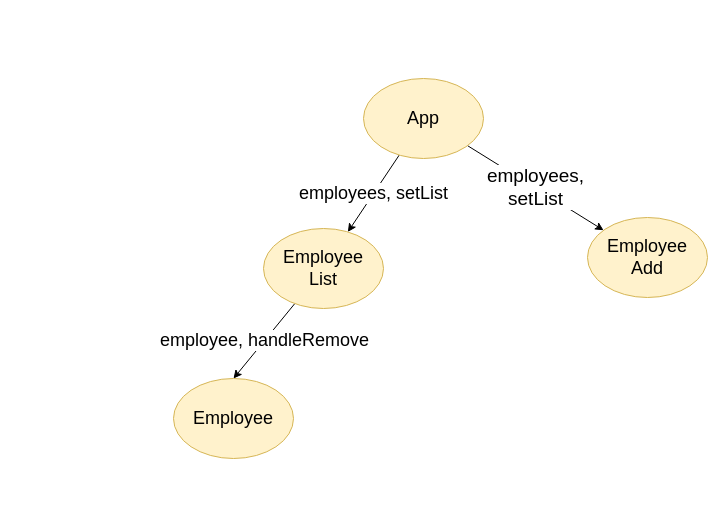
Above: page "AppGraph" (2 of 2) of Drawing.drawio in zcomert/java-mysql-react-full-stack-employee-spa (draw.io), before the change. Source tidied: cells renumbered, new cells numbered last; positions are measured from the earlier drawing's top-left corner, leaving out a move shared by most shapes. Both pictures are drawn from the tidied source at 100%, with x=0, y=0 at pixel (173, 78).
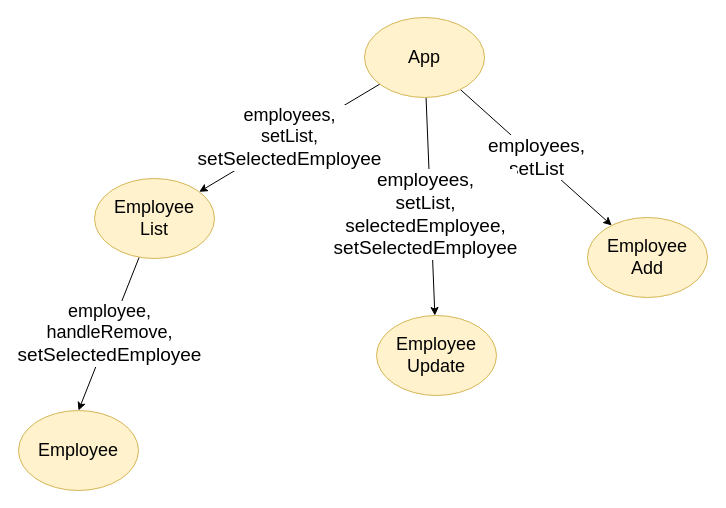
Above is the later version.

The edit, as a diff of the source:
```diff
@@
 <mxGraphModel>
   <root>
     <mxCell id="0" />
     <mxCell id="1" parent="0" />
-    <mxCell id="2" value="employees, setList" style="rounded=0;jettySize=auto;html=1;fontSize=18;" parent="1" edge="1" source="4" target="6">
+    <mxCell id="2" value="employees, &lt;br&gt;setList,&lt;br&gt;&lt;span style=&quot;font-size: 19px&quot;&gt;setSelectedEmployee&lt;/span&gt;" style="rounded=0;jettySize=auto;html=1;fontSize=18;" parent="1" edge="1" source="4" target="6">
       <mxGeometry relative="1" as="geometry" />
     </mxCell>
     <mxCell id="3" value="employees,&lt;br&gt;setList" style="edgeStyle=none;rounded=0;jettySize=auto;html=1;strokeWidth=1;fontSize=19;" parent="1" edge="1" source="4" target="8">
       <mxGeometry relative="1" as="geometry" />
     </mxCell>
+    <mxCell id="9" value="employees, &lt;br&gt;setList, &lt;br&gt;selectedEmployee,&lt;br&gt;setSelectedEmployee" style="edgeStyle=none;rounded=0;jettySize=auto;html=1;strokeWidth=1;fontSize=19;" parent="1" edge="1" source="4" target="10">
+      <mxGeometry x="0.07" y="-5" relative="1" as="geometry" />
+    </mxCell>
     <mxCell id="4" value="App" style="ellipse;whiteSpace=wrap;html=1;fontSize=18;fillColor=#fff2cc;strokeColor=#d6b656;" parent="1" vertex="1">
-      <mxGeometry x="190" width="120" height="80" as="geometry" />
+      <mxGeometry x="191" y="-61" width="120" height="80" as="geometry" />
     </mxCell>
-    <mxCell id="5" value="employee, handleRemove" style="edgeStyle=none;rounded=0;jettySize=auto;html=1;entryX=0.5;entryY=0;entryDx=0;entryDy=0;fontSize=18;" parent="1" edge="1" source="6" target="7">
+    <mxCell id="5" value="employee, &lt;br&gt;handleRemove,&lt;br&gt;&lt;span style=&quot;font-size: 19px&quot;&gt;setSelectedEmployee&lt;/span&gt;" style="edgeStyle=none;rounded=0;jettySize=auto;html=1;entryX=0.5;entryY=0;entryDx=0;entryDy=0;fontSize=18;" parent="1" edge="1" source="6" target="7">
       <mxGeometry relative="1" as="geometry" />
     </mxCell>
     <mxCell id="6" value="Employee&lt;br&gt;List" style="ellipse;whiteSpace=wrap;html=1;fontSize=18;fillColor=#fff2cc;strokeColor=#d6b656;" parent="1" vertex="1">
-      <mxGeometry x="90" y="150" width="120" height="80" as="geometry" />
+      <mxGeometry x="-79" y="100" width="120" height="80" as="geometry" />
     </mxCell>
     <mxCell id="7" value="Employee" style="ellipse;whiteSpace=wrap;html=1;fontSize=18;fillColor=#fff2cc;strokeColor=#d6b656;" parent="1" vertex="1">
-      <mxGeometry y="300" width="120" height="80" as="geometry" />
+      <mxGeometry x="-155" y="332" width="120" height="80" as="geometry" />
     </mxCell>
     <mxCell id="8" value="Employee&lt;br&gt;Add" style="ellipse;whiteSpace=wrap;html=1;fontSize=18;fillColor=#fff2cc;strokeColor=#d6b656;" parent="1" vertex="1">
       <mxGeometry x="414" y="139" width="120" height="80" as="geometry" />
     </mxCell>
+    <mxCell id="10" value="Employee&lt;br&gt;Update" style="ellipse;whiteSpace=wrap;html=1;fontSize=18;fillColor=#fff2cc;strokeColor=#d6b656;" parent="1" vertex="1">
+      <mxGeometry x="203" y="237" width="120" height="80" as="geometry" />
+    </mxCell>
   </root>
 </mxGraphModel>
```
